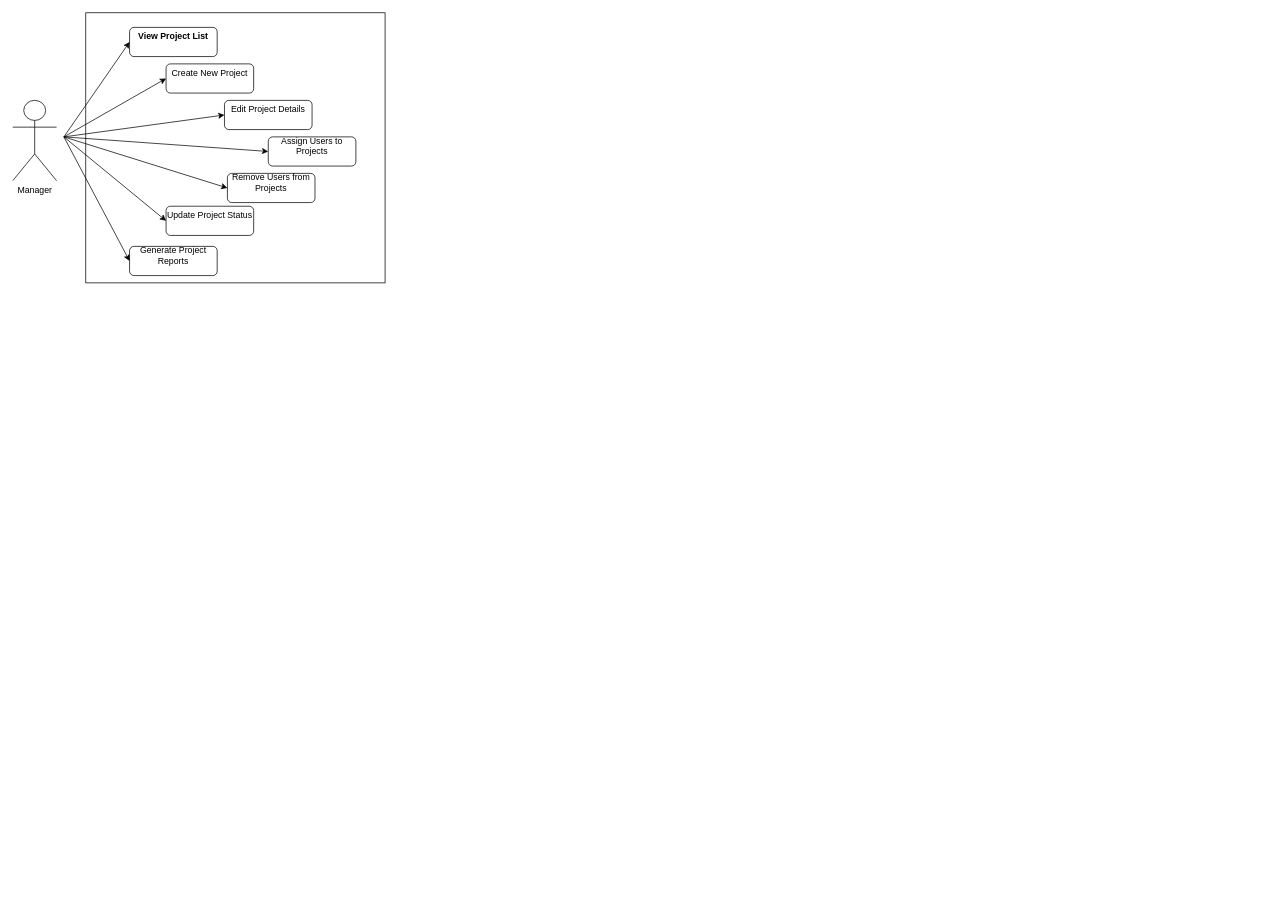
ChelleRech3/Use-case-diagram keeps this draw.io diagram as ita123.drawio. Above is the earlier version. Source tidied: cells renumbered, new cells numbered last; positions are measured from the earlier drawing's top-left corner, leaving out a move shared by most shapes. Both pictures are drawn from the tidied source at 73%, with x=0, y=0 at pixel (12, 12).
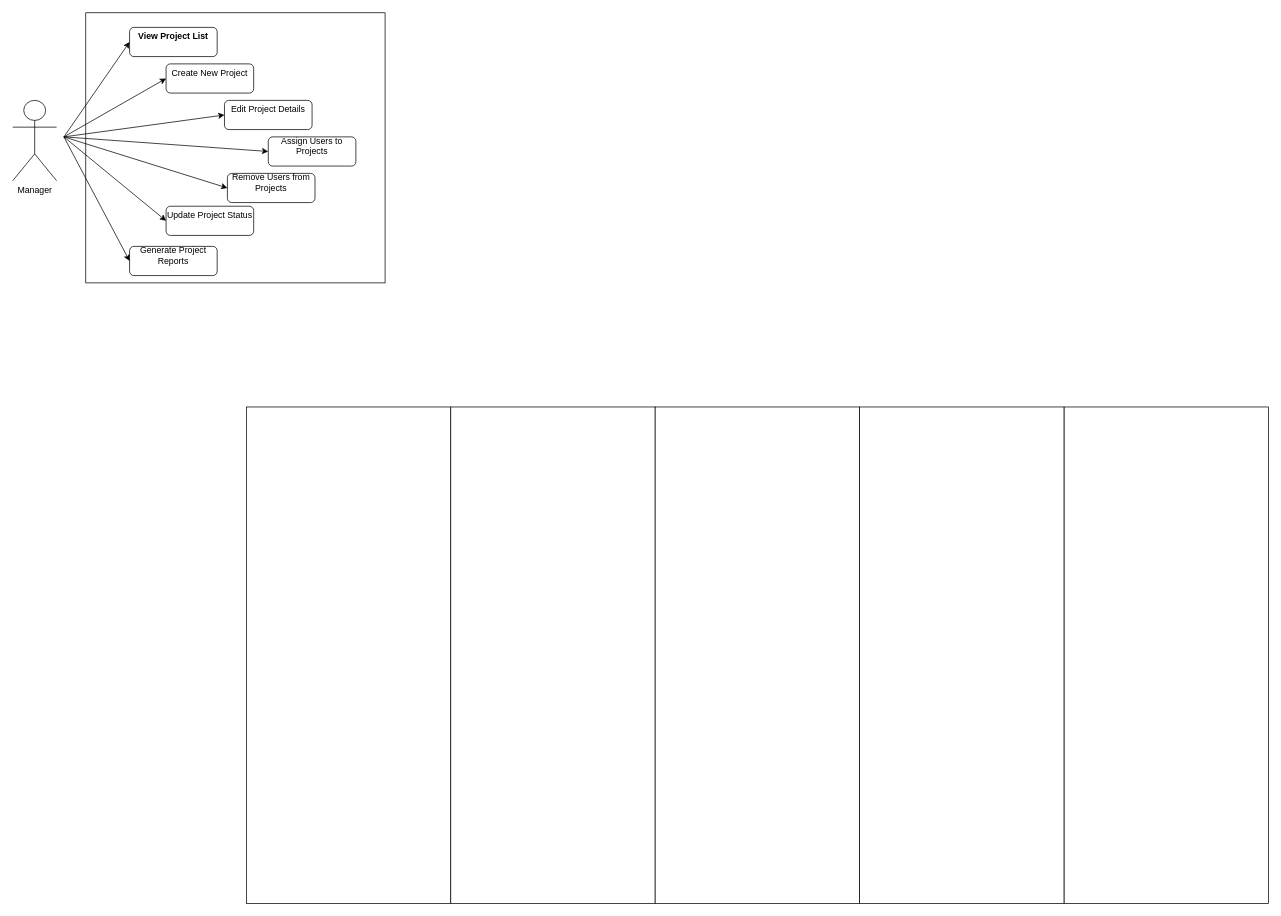
The same diagram, later.

Diff of the diagram source:
```diff
@@
+    <mxCell id="18" style="rounded=0;whiteSpace=wrap;html=1;" parent="1" vertex="1">
+      <mxGeometry x="320" y="540" width="280" height="680" as="geometry" />
+    </mxCell>
+    <mxCell id="19" style="rounded=0;whiteSpace=wrap;html=1;" parent="1" vertex="1">
+      <mxGeometry x="600" y="540" width="280" height="680" as="geometry" />
+    </mxCell>
+    <mxCell id="20" style="rounded=0;whiteSpace=wrap;html=1;" parent="1" vertex="1">
+      <mxGeometry x="880" y="540" width="280" height="680" as="geometry" />
+    </mxCell>
+    <mxCell id="21" style="rounded=0;whiteSpace=wrap;html=1;" parent="1" vertex="1">
+      <mxGeometry x="1440" y="540" width="280" height="680" as="geometry" />
+    </mxCell>
+    <mxCell id="22" style="rounded=0;whiteSpace=wrap;html=1;" parent="1" vertex="1">
+      <mxGeometry x="1160" y="540" width="280" height="680" as="geometry" />
+    </mxCell>
```
